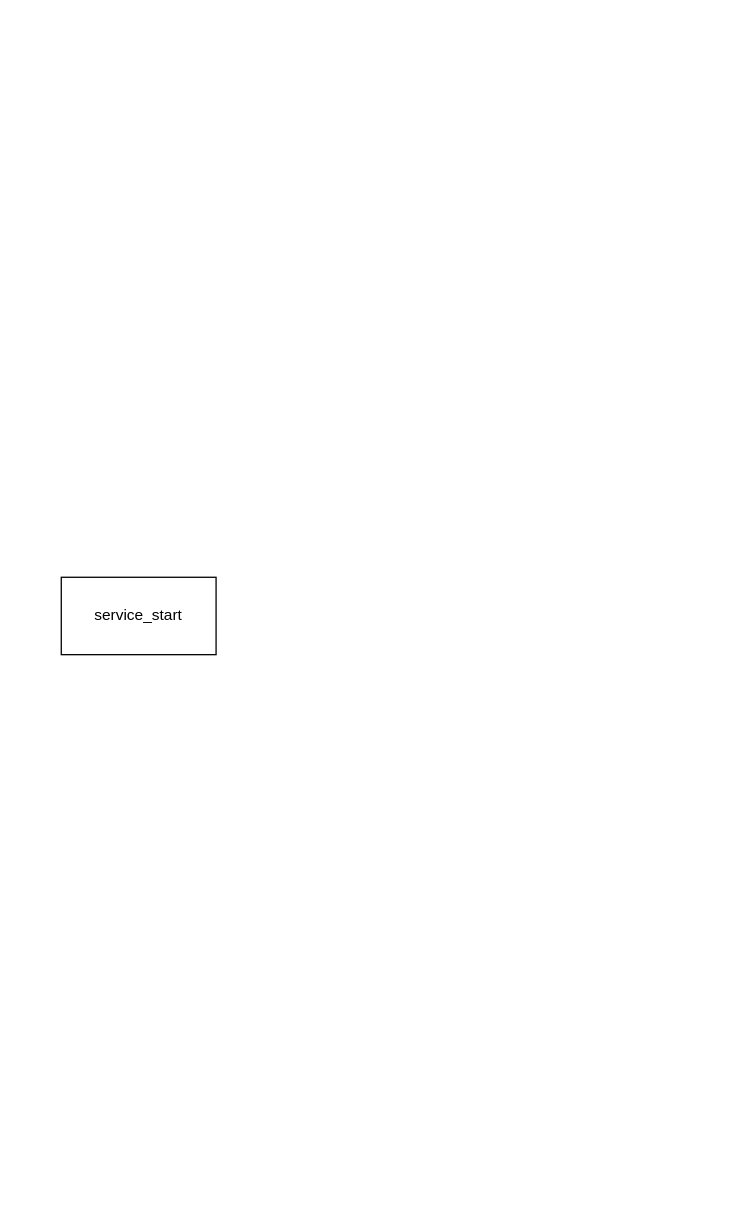
Earlier version of the draw.io diagram systemd/code_read/unit/service/service_start.drawio (syyhao1994/shenyangyang.github.io). Source tidied: cells renumbered, new cells numbered last; positions are measured from the earlier drawing's top-left corner, leaving out a move shared by most shapes. Both pictures are drawn from the tidied source at 129%, with x=0, y=0 at pixel (61, 577).
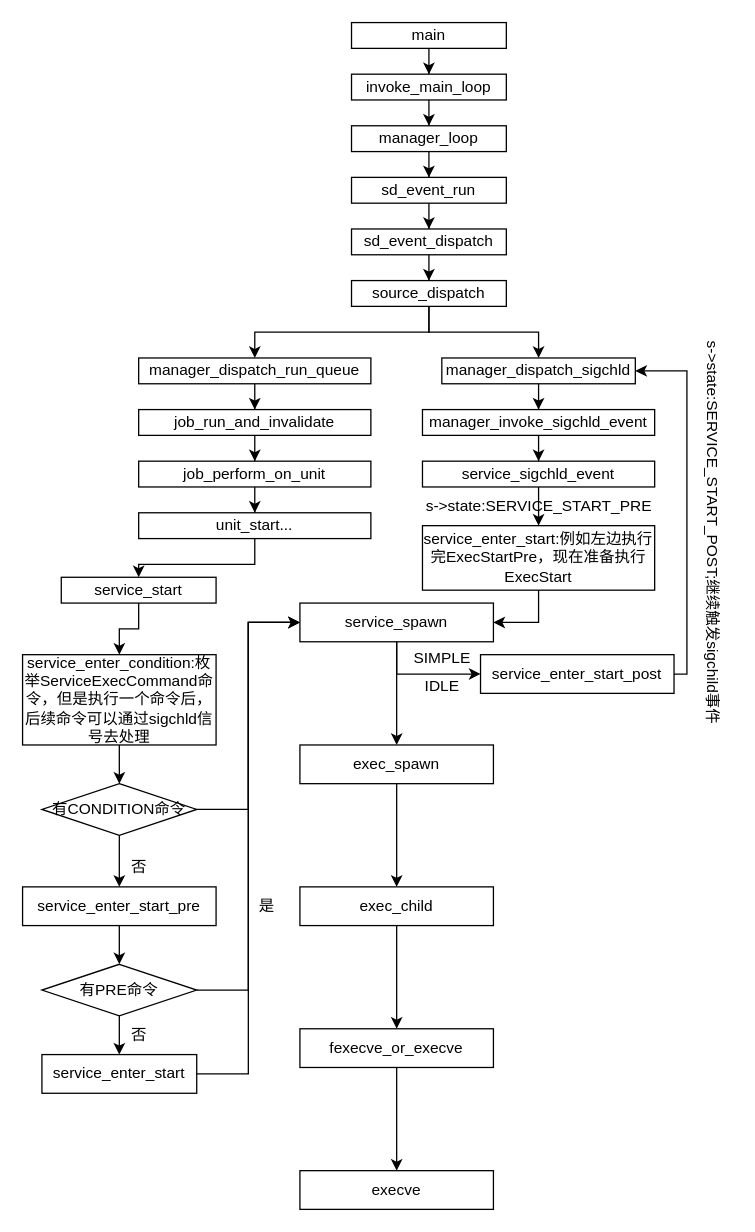
The same diagram, later.

Change to the diagram source:
```diff
@@
+    <mxCell id="3" style="edgeStyle=orthogonalEdgeStyle;rounded=0;jettySize=auto;html=1;" parent="1" edge="1" source="2" target="5">
+      <mxGeometry relative="1" as="geometry" />
+    </mxCell>
     <mxCell id="2" value="service_start" style="rounded=0;whiteSpace=wrap;html=1;" parent="1" vertex="1">
-      <mxGeometry width="120" height="60" as="geometry" />
+      <mxGeometry width="120" height="20" as="geometry" />
     </mxCell>
+    <mxCell id="4" style="edgeStyle=orthogonalEdgeStyle;rounded=0;jettySize=auto;html=1;entryX=0.5;entryY=0;entryDx=0;entryDy=0;" parent="1" edge="1" source="5" target="42">
+      <mxGeometry relative="1" as="geometry" />
+    </mxCell>
+    <mxCell id="5" value="service_enter_condition:枚举ServiceExecCommand命令，但是执行一个命令后，后续命令可以通过sigchld信号去处理" style="rounded=0;whiteSpace=wrap;html=1;" parent="1" vertex="1">
+      <mxGeometry x="-30" y="60" width="150" height="70" as="geometry" />
+    </mxCell>
+    <mxCell id="6" style="edgeStyle=orthogonalEdgeStyle;rounded=0;jettySize=auto;html=1;" parent="1" edge="1" source="7" target="9">
+      <mxGeometry relative="1" as="geometry" />
+    </mxCell>
+    <mxCell id="7" value="main" style="rounded=0;whiteSpace=wrap;html=1;" parent="1" vertex="1">
+      <mxGeometry x="225" y="-430" width="120" height="20" as="geometry" />
+    </mxCell>
+    <mxCell id="8" style="edgeStyle=orthogonalEdgeStyle;rounded=0;jettySize=auto;html=1;" parent="1" edge="1" source="9" target="11">
+      <mxGeometry relative="1" as="geometry" />
+    </mxCell>
+    <mxCell id="9" value="invoke_main_loop" style="rounded=0;whiteSpace=wrap;html=1;" parent="1" vertex="1">
+      <mxGeometry x="225" y="-390" width="120" height="20" as="geometry" />
+    </mxCell>
+    <mxCell id="10" style="edgeStyle=orthogonalEdgeStyle;rounded=0;jettySize=auto;html=1;" parent="1" edge="1" source="11" target="13">
+      <mxGeometry relative="1" as="geometry" />
+    </mxCell>
+    <mxCell id="11" value="manager_loop" style="rounded=0;whiteSpace=wrap;html=1;" parent="1" vertex="1">
+      <mxGeometry x="225" y="-350" width="120" height="20" as="geometry" />
+    </mxCell>
+    <mxCell id="12" style="edgeStyle=orthogonalEdgeStyle;rounded=0;jettySize=auto;html=1;" parent="1" edge="1" source="13" target="15">
+      <mxGeometry relative="1" as="geometry" />
+    </mxCell>
+    <mxCell id="13" value="sd_event_run" style="rounded=0;whiteSpace=wrap;html=1;" parent="1" vertex="1">
+      <mxGeometry x="225" y="-310" width="120" height="20" as="geometry" />
+    </mxCell>
+    <mxCell id="14" style="edgeStyle=orthogonalEdgeStyle;rounded=0;jettySize=auto;html=1;" parent="1" edge="1" source="15" target="18">
+      <mxGeometry relative="1" as="geometry" />
+    </mxCell>
+    <mxCell id="15" value="sd_event_dispatch" style="rounded=0;whiteSpace=wrap;html=1;" parent="1" vertex="1">
+      <mxGeometry x="225" y="-270" width="120" height="20" as="geometry" />
+    </mxCell>
+    <mxCell id="16" style="edgeStyle=orthogonalEdgeStyle;rounded=0;jettySize=auto;html=1;" parent="1" edge="1" source="18" target="20">
+      <mxGeometry relative="1" as="geometry" />
+    </mxCell>
+    <mxCell id="17" style="edgeStyle=orthogonalEdgeStyle;rounded=0;jettySize=auto;html=1;entryX=0.5;entryY=0;entryDx=0;entryDy=0;" parent="1" edge="1" source="18" target="28">
+      <mxGeometry relative="1" as="geometry" />
+    </mxCell>
+    <mxCell id="18" value="source_dispatch" style="rounded=0;whiteSpace=wrap;html=1;" parent="1" vertex="1">
+      <mxGeometry x="225" y="-230" width="120" height="20" as="geometry" />
+    </mxCell>
+    <mxCell id="19" style="edgeStyle=orthogonalEdgeStyle;rounded=0;jettySize=auto;html=1;" parent="1" edge="1" source="20" target="22">
+      <mxGeometry relative="1" as="geometry" />
+    </mxCell>
+    <mxCell id="20" value="manager_dispatch_run_queue" style="rounded=0;whiteSpace=wrap;html=1;" parent="1" vertex="1">
+      <mxGeometry x="60" y="-170" width="180" height="20" as="geometry" />
+    </mxCell>
+    <mxCell id="21" style="edgeStyle=orthogonalEdgeStyle;rounded=0;jettySize=auto;html=1;" parent="1" edge="1" source="22" target="24">
+      <mxGeometry relative="1" as="geometry" />
+    </mxCell>
+    <mxCell id="22" value="job_run_and_invalidate" style="rounded=0;whiteSpace=wrap;html=1;" parent="1" vertex="1">
+      <mxGeometry x="60" y="-130" width="180" height="20" as="geometry" />
+    </mxCell>
+    <mxCell id="23" style="edgeStyle=orthogonalEdgeStyle;rounded=0;jettySize=auto;html=1;" parent="1" edge="1" source="24" target="26">
+      <mxGeometry relative="1" as="geometry" />
+    </mxCell>
+    <mxCell id="24" value="job_perform_on_unit" style="rounded=0;whiteSpace=wrap;html=1;" parent="1" vertex="1">
+      <mxGeometry x="60" y="-90" width="180" height="20" as="geometry" />
+    </mxCell>
+    <mxCell id="25" style="edgeStyle=orthogonalEdgeStyle;rounded=0;jettySize=auto;html=1;entryX=0.5;entryY=0;entryDx=0;entryDy=0;" parent="1" edge="1" source="26" target="2">
+      <mxGeometry relative="1" as="geometry" />
+    </mxCell>
+    <mxCell id="26" value="unit_start..." style="rounded=0;whiteSpace=wrap;html=1;" parent="1" vertex="1">
+      <mxGeometry x="60" y="-50" width="180" height="20" as="geometry" />
+    </mxCell>
+    <mxCell id="27" style="edgeStyle=orthogonalEdgeStyle;rounded=0;jettySize=auto;html=1;" parent="1" edge="1" source="28" target="30">
+      <mxGeometry relative="1" as="geometry" />
+    </mxCell>
+    <mxCell id="28" value="manager_dispatch_sigchld" style="whiteSpace=wrap;html=1;" parent="1" vertex="1">
+      <mxGeometry x="295" y="-170" width="150" height="20" as="geometry" />
+    </mxCell>
+    <mxCell id="29" style="edgeStyle=orthogonalEdgeStyle;rounded=0;jettySize=auto;html=1;" parent="1" edge="1" source="30" target="32">
+      <mxGeometry relative="1" as="geometry" />
+    </mxCell>
+    <mxCell id="30" value="manager_invoke_sigchld_event" style="whiteSpace=wrap;html=1;" parent="1" vertex="1">
+      <mxGeometry x="280" y="-130" width="180" height="20" as="geometry" />
+    </mxCell>
+    <mxCell id="31" style="edgeStyle=orthogonalEdgeStyle;rounded=0;jettySize=auto;html=1;" parent="1" edge="1" source="32" target="34">
+      <mxGeometry relative="1" as="geometry" />
+    </mxCell>
+    <mxCell id="32" value="service_sigchld_event" style="whiteSpace=wrap;html=1;" parent="1" vertex="1">
+      <mxGeometry x="280" y="-90" width="180" height="20" as="geometry" />
+    </mxCell>
+    <mxCell id="33" style="edgeStyle=orthogonalEdgeStyle;rounded=0;jettySize=auto;html=1;entryX=1;entryY=0.5;entryDx=0;entryDy=0;" parent="1" edge="1" source="34" target="37">
+      <mxGeometry relative="1" as="geometry" />
+    </mxCell>
+    <mxCell id="34" value="service_enter_start:例如左边执行完ExecStartPre，现在准备执行ExecStart" style="whiteSpace=wrap;html=1;" parent="1" vertex="1">
+      <mxGeometry x="280" y="-40" width="180" height="50" as="geometry" />
+    </mxCell>
+    <mxCell id="35" style="edgeStyle=orthogonalEdgeStyle;rounded=0;jettySize=auto;html=1;" parent="1" edge="1" source="37" target="52">
+      <mxGeometry relative="1" as="geometry" />
+    </mxCell>
+    <mxCell id="36" style="edgeStyle=orthogonalEdgeStyle;rounded=0;jettySize=auto;html=1;entryX=0;entryY=0.5;entryDx=0;entryDy=0;" parent="1" edge="1" source="37" target="61">
+      <mxGeometry relative="1" as="geometry" />
+    </mxCell>
+    <mxCell id="37" value="service_spawn" style="rounded=0;whiteSpace=wrap;html=1;" parent="1" vertex="1">
+      <mxGeometry x="185" y="20" width="150" height="30" as="geometry" />
+    </mxCell>
+    <mxCell id="38" style="edgeStyle=orthogonalEdgeStyle;rounded=0;jettySize=auto;html=1;entryX=0.5;entryY=0;entryDx=0;entryDy=0;" parent="1" edge="1" source="39" target="47">
+      <mxGeometry relative="1" as="geometry" />
+    </mxCell>
+    <mxCell id="39" value="service_enter_start_pre" style="rounded=0;whiteSpace=wrap;html=1;" parent="1" vertex="1">
+      <mxGeometry x="-30" y="240" width="150" height="30" as="geometry" />
+    </mxCell>
+    <mxCell id="40" style="edgeStyle=orthogonalEdgeStyle;rounded=0;jettySize=auto;html=1;entryX=0;entryY=0.5;entryDx=0;entryDy=0;" parent="1" edge="1" source="42" target="37">
+      <mxGeometry relative="1" as="geometry" />
+    </mxCell>
+    <mxCell id="41" style="edgeStyle=orthogonalEdgeStyle;rounded=0;jettySize=auto;html=1;" parent="1" edge="1" source="42" target="39">
+      <mxGeometry relative="1" as="geometry" />
+    </mxCell>
+    <mxCell id="42" value="有CONDITION命令" style="rhombus;whiteSpace=wrap;html=1;" parent="1" vertex="1">
+      <mxGeometry x="-15" y="160" width="120" height="40" as="geometry" />
+    </mxCell>
+    <mxCell id="43" value="是" style="text;html=1;align=center;verticalAlign=middle;strokeColor=none;fillColor=none;" parent="1" vertex="1">
+      <mxGeometry x="139" y="240" width="40" height="30" as="geometry" />
+    </mxCell>
+    <mxCell id="44" value="否" style="text;html=1;align=center;verticalAlign=middle;strokeColor=none;fillColor=none;" parent="1" vertex="1">
+      <mxGeometry x="40" y="210" width="40" height="30" as="geometry" />
+    </mxCell>
+    <mxCell id="45" style="edgeStyle=orthogonalEdgeStyle;rounded=0;jettySize=auto;html=1;entryX=0;entryY=0.5;entryDx=0;entryDy=0;" parent="1" edge="1" source="47" target="37">
+      <mxGeometry relative="1" as="geometry" />
+    </mxCell>
+    <mxCell id="46" style="edgeStyle=orthogonalEdgeStyle;rounded=0;jettySize=auto;html=1;" parent="1" edge="1" source="47" target="49">
+      <mxGeometry relative="1" as="geometry" />
+    </mxCell>
+    <mxCell id="47" value="有PRE命令" style="rhombus;whiteSpace=wrap;html=1;" parent="1" vertex="1">
+      <mxGeometry x="-15" y="300" width="120" height="40" as="geometry" />
+    </mxCell>
+    <mxCell id="48" style="edgeStyle=orthogonalEdgeStyle;rounded=0;jettySize=auto;html=1;entryX=0;entryY=0.5;entryDx=0;entryDy=0;" parent="1" edge="1" source="49" target="37">
+      <mxGeometry relative="1" as="geometry" />
+    </mxCell>
+    <mxCell id="49" value="service_enter_start" style="whiteSpace=wrap;html=1;" parent="1" vertex="1">
+      <mxGeometry x="-15" y="370" width="120" height="30" as="geometry" />
+    </mxCell>
+    <mxCell id="50" value="否" style="text;html=1;align=center;verticalAlign=middle;strokeColor=none;fillColor=none;" parent="1" vertex="1">
+      <mxGeometry x="40" y="340" width="40" height="30" as="geometry" />
+    </mxCell>
+    <mxCell id="51" style="edgeStyle=orthogonalEdgeStyle;rounded=0;jettySize=auto;html=1;" parent="1" edge="1" source="52" target="54">
+      <mxGeometry relative="1" as="geometry" />
+    </mxCell>
+    <mxCell id="52" value="exec_spawn" style="rounded=0;whiteSpace=wrap;html=1;" parent="1" vertex="1">
+      <mxGeometry x="185" y="130" width="150" height="30" as="geometry" />
+    </mxCell>
+    <mxCell id="53" style="edgeStyle=orthogonalEdgeStyle;rounded=0;jettySize=auto;html=1;" parent="1" edge="1" source="54" target="56">
+      <mxGeometry relative="1" as="geometry" />
+    </mxCell>
+    <mxCell id="54" value="exec_child" style="rounded=0;whiteSpace=wrap;html=1;" parent="1" vertex="1">
+      <mxGeometry x="185" y="240" width="150" height="30" as="geometry" />
+    </mxCell>
+    <mxCell id="55" style="edgeStyle=orthogonalEdgeStyle;rounded=0;jettySize=auto;html=1;" parent="1" edge="1" source="56" target="57">
+      <mxGeometry relative="1" as="geometry" />
+    </mxCell>
+    <mxCell id="56" value="fexecve_or_execve" style="rounded=0;whiteSpace=wrap;html=1;" parent="1" vertex="1">
+      <mxGeometry x="185" y="350" width="150" height="30" as="geometry" />
+    </mxCell>
+    <mxCell id="57" value="execve" style="rounded=0;whiteSpace=wrap;html=1;" parent="1" vertex="1">
+      <mxGeometry x="185" y="460" width="150" height="30" as="geometry" />
+    </mxCell>
+    <mxCell id="58" value="s-&amp;gt;state:SERVICE_START_POST;继续触发sigchild事件" style="text;html=1;align=center;verticalAlign=middle;strokeColor=none;fillColor=none;rotation=90;" parent="1" vertex="1">
+      <mxGeometry x="345" y="-50" width="320" height="30" as="geometry" />
+    </mxCell>
+    <mxCell id="59" value="s-&amp;gt;state:SERVICE_START_PRE" style="text;html=1;align=center;verticalAlign=middle;strokeColor=none;fillColor=none;" parent="1" vertex="1">
+      <mxGeometry x="270" y="-70" width="200" height="30" as="geometry" />
+    </mxCell>
+    <mxCell id="60" style="edgeStyle=orthogonalEdgeStyle;rounded=0;jettySize=auto;html=1;entryX=1;entryY=0.5;entryDx=0;entryDy=0;" parent="1" edge="1" source="61" target="28">
+      <mxGeometry relative="1" as="geometry">
+        <Array as="points">
+          <mxPoint x="485" y="75" />
+          <mxPoint x="485" y="-160" />
+        </Array>
+      </mxGeometry>
+    </mxCell>
+    <mxCell id="61" value="service_enter_start_post" style="whiteSpace=wrap;html=1;" parent="1" vertex="1">
+      <mxGeometry x="325" y="60" width="150" height="30" as="geometry" />
+    </mxCell>
+    <mxCell id="62" value="SIMPLE" style="text;html=1;align=center;verticalAlign=middle;strokeColor=none;fillColor=none;" parent="1" vertex="1">
+      <mxGeometry x="260" y="48" width="70" height="30" as="geometry" />
+    </mxCell>
+    <mxCell id="63" value="IDLE" style="text;html=1;align=center;verticalAlign=middle;strokeColor=none;fillColor=none;" parent="1" vertex="1">
+      <mxGeometry x="270" y="70" width="50" height="30" as="geometry" />
+    </mxCell>
```
